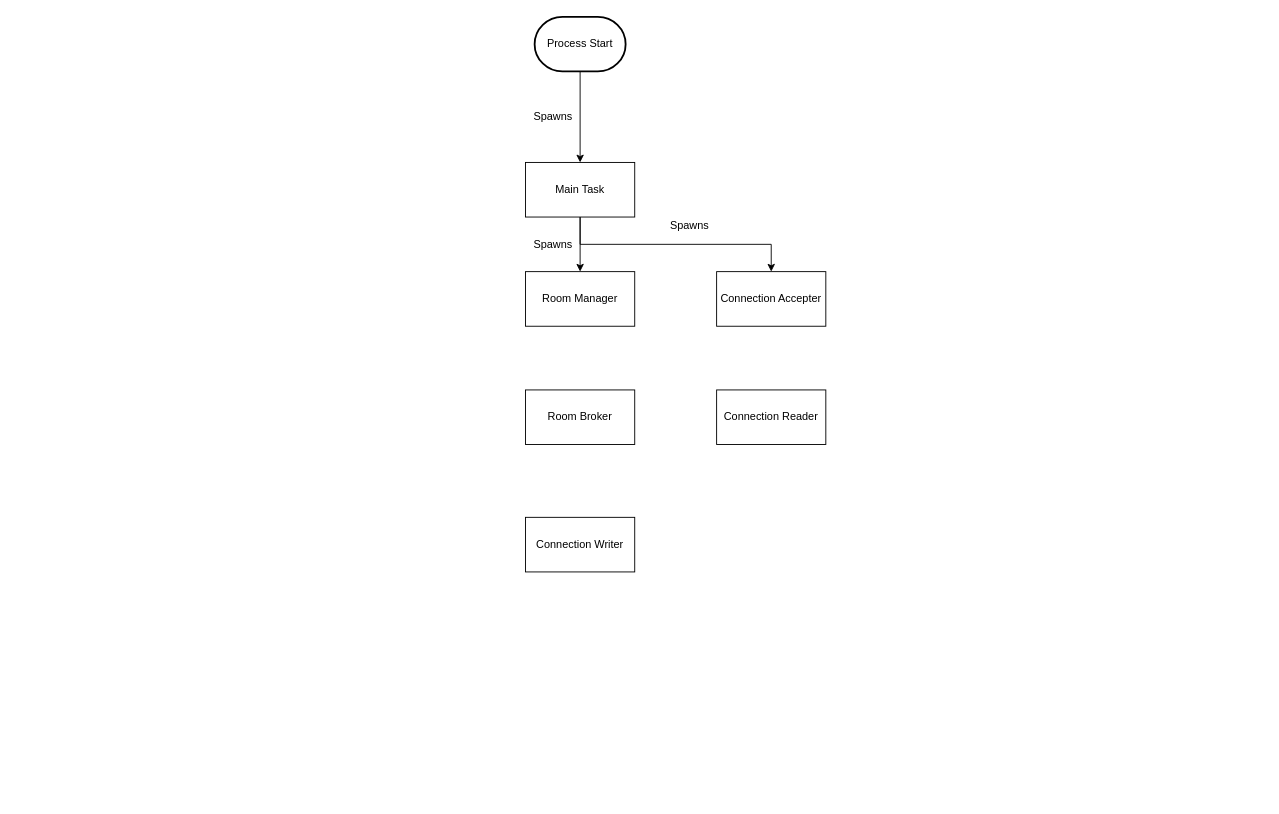
The draw.io diagram backend/aspirational_task_diagram.drawio in orndorffgrant/squaresplosion, before the edit. Source tidied: cells renumbered, new cells numbered last; positions are measured from the earlier drawing's top-left corner, leaving out a move shared by most shapes. Both pictures are drawn from the tidied source at 91%, with x=0, y=0 at pixel (525, 16).
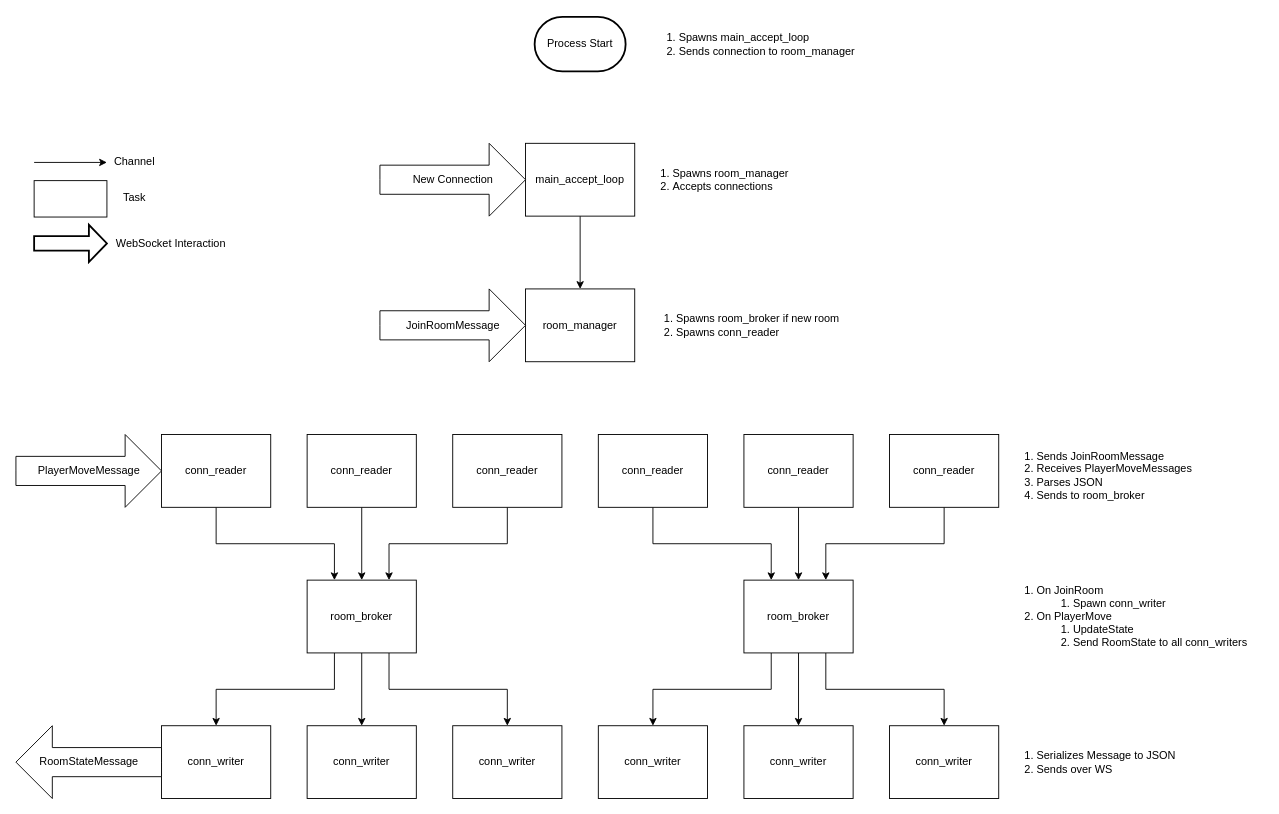
Above is the later version.

Commit message (it also covers changes not shown here):
update aspirational task diagram

What changed in the source:
```diff
@@
-    <mxCell id="2" style="edgeStyle=orthogonalEdgeStyle;rounded=0;jettySize=auto;html=1;exitX=0.5;exitY=1;exitDx=0;exitDy=0;entryX=0.5;entryY=0;entryDx=0;entryDy=0;" parent="1" edge="1" source="4" target="8">
-      <mxGeometry relative="1" as="geometry" />
-    </mxCell>
-    <mxCell id="3" style="edgeStyle=orthogonalEdgeStyle;rounded=0;jettySize=auto;html=1;exitX=0.5;exitY=1;exitDx=0;exitDy=0;entryX=0.5;entryY=0;entryDx=0;entryDy=0;" parent="1" edge="1" source="4" target="10">
-      <mxGeometry relative="1" as="geometry" />
-    </mxCell>
-    <mxCell id="4" value="Main Task" style="rounded=0;whiteSpace=wrap;html=1;" parent="1" vertex="1">
-      <mxGeometry y="160" width="120" height="60" as="geometry" />
-    </mxCell>
-    <mxCell id="5" style="edgeStyle=orthogonalEdgeStyle;rounded=0;jettySize=auto;html=1;exitX=0.5;exitY=1;exitDx=0;exitDy=0;exitPerimeter=0;entryX=0.5;entryY=0;entryDx=0;entryDy=0;" parent="1" edge="1" source="6" target="4">
-      <mxGeometry relative="1" as="geometry" />
-    </mxCell>
+    <mxCell id="15" style="edgeStyle=orthogonalEdgeStyle;rounded=0;jettySize=auto;html=1;exitX=0.5;exitY=1;exitDx=0;exitDy=0;entryX=0.25;entryY=0;entryDx=0;entryDy=0;" parent="1" edge="1" source="16" target="24">
+      <mxGeometry relative="1" as="geometry" />
+    </mxCell>
+    <mxCell id="16" value="conn_reader" style="rounded=0;whiteSpace=wrap;html=1;" parent="1" vertex="1">
+      <mxGeometry x="-400" y="459" width="120" height="80" as="geometry" />
+    </mxCell>
+    <mxCell id="17" style="edgeStyle=orthogonalEdgeStyle;rounded=0;jettySize=auto;html=1;exitX=0.5;exitY=1;exitDx=0;exitDy=0;entryX=0.5;entryY=0;entryDx=0;entryDy=0;" parent="1" edge="1" source="18" target="24">
+      <mxGeometry relative="1" as="geometry" />
+    </mxCell>
+    <mxCell id="18" value="conn_reader" style="rounded=0;whiteSpace=wrap;html=1;" parent="1" vertex="1">
+      <mxGeometry x="-240" y="459" width="120" height="80" as="geometry" />
+    </mxCell>
+    <mxCell id="19" style="edgeStyle=orthogonalEdgeStyle;rounded=0;jettySize=auto;html=1;exitX=0.5;exitY=1;exitDx=0;exitDy=0;entryX=0.75;entryY=0;entryDx=0;entryDy=0;" parent="1" edge="1" source="20" target="24">
+      <mxGeometry relative="1" as="geometry" />
+    </mxCell>
+    <mxCell id="20" value="conn_reader" style="rounded=0;whiteSpace=wrap;html=1;" parent="1" vertex="1">
+      <mxGeometry x="-80" y="459" width="120" height="80" as="geometry" />
+    </mxCell>
+    <mxCell id="21" style="edgeStyle=orthogonalEdgeStyle;rounded=0;jettySize=auto;html=1;exitX=0.25;exitY=1;exitDx=0;exitDy=0;entryX=0.5;entryY=0;entryDx=0;entryDy=0;" parent="1" edge="1" source="24" target="25">
+      <mxGeometry relative="1" as="geometry" />
+    </mxCell>
+    <mxCell id="22" style="edgeStyle=orthogonalEdgeStyle;rounded=0;jettySize=auto;html=1;exitX=0.5;exitY=1;exitDx=0;exitDy=0;entryX=0.5;entryY=0;entryDx=0;entryDy=0;" parent="1" edge="1" source="24" target="26">
+      <mxGeometry relative="1" as="geometry" />
+    </mxCell>
+    <mxCell id="23" style="edgeStyle=orthogonalEdgeStyle;rounded=0;jettySize=auto;html=1;exitX=0.75;exitY=1;exitDx=0;exitDy=0;entryX=0.5;entryY=0;entryDx=0;entryDy=0;" parent="1" edge="1" source="24" target="27">
+      <mxGeometry relative="1" as="geometry" />
+    </mxCell>
+    <mxCell id="24" value="room_broker" style="rounded=0;whiteSpace=wrap;html=1;" parent="1" vertex="1">
+      <mxGeometry x="-240" y="619" width="120" height="80" as="geometry" />
+    </mxCell>
+    <mxCell id="25" value="conn_writer" style="rounded=0;whiteSpace=wrap;html=1;" parent="1" vertex="1">
+      <mxGeometry x="-400" y="779" width="120" height="80" as="geometry" />
+    </mxCell>
+    <mxCell id="26" value="conn_writer" style="rounded=0;whiteSpace=wrap;html=1;" parent="1" vertex="1">
+      <mxGeometry x="-240" y="779" width="120" height="80" as="geometry" />
+    </mxCell>
+    <mxCell id="27" value="conn_writer" style="rounded=0;whiteSpace=wrap;html=1;" parent="1" vertex="1">
+      <mxGeometry x="-80" y="779" width="120" height="80" as="geometry" />
+    </mxCell>
+    <mxCell id="28" style="edgeStyle=orthogonalEdgeStyle;rounded=0;jettySize=auto;html=1;exitX=0.5;exitY=1;exitDx=0;exitDy=0;entryX=0.25;entryY=0;entryDx=0;entryDy=0;" parent="1" edge="1" source="29" target="37">
+      <mxGeometry relative="1" as="geometry" />
+    </mxCell>
+    <mxCell id="29" value="conn_reader" style="rounded=0;whiteSpace=wrap;html=1;" parent="1" vertex="1">
+      <mxGeometry x="80" y="459" width="120" height="80" as="geometry" />
+    </mxCell>
+    <mxCell id="30" style="edgeStyle=orthogonalEdgeStyle;rounded=0;jettySize=auto;html=1;exitX=0.5;exitY=1;exitDx=0;exitDy=0;entryX=0.5;entryY=0;entryDx=0;entryDy=0;" parent="1" edge="1" source="31" target="37">
+      <mxGeometry relative="1" as="geometry" />
+    </mxCell>
+    <mxCell id="31" value="conn_reader" style="rounded=0;whiteSpace=wrap;html=1;" parent="1" vertex="1">
+      <mxGeometry x="240" y="459" width="120" height="80" as="geometry" />
+    </mxCell>
+    <mxCell id="32" style="edgeStyle=orthogonalEdgeStyle;rounded=0;jettySize=auto;html=1;exitX=0.5;exitY=1;exitDx=0;exitDy=0;entryX=0.75;entryY=0;entryDx=0;entryDy=0;" parent="1" edge="1" source="33" target="37">
+      <mxGeometry relative="1" as="geometry" />
+    </mxCell>
+    <mxCell id="33" value="conn_reader" style="rounded=0;whiteSpace=wrap;html=1;" parent="1" vertex="1">
+      <mxGeometry x="400" y="459" width="120" height="80" as="geometry" />
+    </mxCell>
+    <mxCell id="34" style="edgeStyle=orthogonalEdgeStyle;rounded=0;jettySize=auto;html=1;exitX=0.25;exitY=1;exitDx=0;exitDy=0;entryX=0.5;entryY=0;entryDx=0;entryDy=0;" parent="1" edge="1" source="37" target="38">
+      <mxGeometry relative="1" as="geometry" />
+    </mxCell>
+    <mxCell id="35" style="edgeStyle=orthogonalEdgeStyle;rounded=0;jettySize=auto;html=1;exitX=0.5;exitY=1;exitDx=0;exitDy=0;entryX=0.5;entryY=0;entryDx=0;entryDy=0;" parent="1" edge="1" source="37" target="39">
+      <mxGeometry relative="1" as="geometry" />
+    </mxCell>
+    <mxCell id="36" style="edgeStyle=orthogonalEdgeStyle;rounded=0;jettySize=auto;html=1;exitX=0.75;exitY=1;exitDx=0;exitDy=0;entryX=0.5;entryY=0;entryDx=0;entryDy=0;" parent="1" edge="1" source="37" target="40">
+      <mxGeometry relative="1" as="geometry" />
+    </mxCell>
+    <mxCell id="37" value="room_broker" style="rounded=0;whiteSpace=wrap;html=1;" parent="1" vertex="1">
+      <mxGeometry x="240" y="619" width="120" height="80" as="geometry" />
+    </mxCell>
+    <mxCell id="38" value="conn_writer" style="rounded=0;whiteSpace=wrap;html=1;" parent="1" vertex="1">
+      <mxGeometry x="80" y="779" width="120" height="80" as="geometry" />
+    </mxCell>
+    <mxCell id="39" value="conn_writer" style="rounded=0;whiteSpace=wrap;html=1;" parent="1" vertex="1">
+      <mxGeometry x="240" y="779" width="120" height="80" as="geometry" />
+    </mxCell>
+    <mxCell id="40" value="conn_writer" style="rounded=0;whiteSpace=wrap;html=1;" parent="1" vertex="1">
+      <mxGeometry x="400" y="779" width="120" height="80" as="geometry" />
+    </mxCell>
+    <mxCell id="41" style="edgeStyle=orthogonalEdgeStyle;rounded=0;jettySize=auto;html=1;exitX=0.5;exitY=1;exitDx=0;exitDy=0;entryX=0.5;entryY=0;entryDx=0;entryDy=0;" parent="1" edge="1" source="42" target="43">
+      <mxGeometry relative="1" as="geometry" />
+    </mxCell>
+    <mxCell id="42" value="main_accept_loop" style="rounded=0;whiteSpace=wrap;html=1;" parent="1" vertex="1">
+      <mxGeometry y="139" width="120" height="80" as="geometry" />
+    </mxCell>
+    <mxCell id="43" value="room_manager" style="rounded=0;whiteSpace=wrap;html=1;" parent="1" vertex="1">
+      <mxGeometry y="299" width="120" height="80" as="geometry" />
+    </mxCell>
+    <mxCell id="44" value="JoinRoomMessage" style="html=1;shadow=0;dashed=0;align=center;verticalAlign=middle;shape=mxgraph.arrows2.arrow;dy=0.6;dx=40;notch=0;" parent="1" vertex="1">
+      <mxGeometry x="-160" y="299" width="160" height="80" as="geometry" />
+    </mxCell>
+    <mxCell id="45" value="RoomStateMessage" style="html=1;shadow=0;dashed=0;align=center;verticalAlign=middle;shape=mxgraph.arrows2.arrow;dy=0.6;dx=40;flipH=1;notch=0;" parent="1" vertex="1">
+      <mxGeometry x="-560" y="779" width="160" height="80" as="geometry" />
+    </mxCell>
+    <mxCell id="46" value="PlayerMoveMessage" style="html=1;shadow=0;dashed=0;align=center;verticalAlign=middle;shape=mxgraph.arrows2.arrow;dy=0.6;dx=40;notch=0;" parent="1" vertex="1">
+      <mxGeometry x="-560" y="459" width="160" height="80" as="geometry" />
+    </mxCell>
+    <mxCell id="47" value="New Connection" style="html=1;shadow=0;dashed=0;align=center;verticalAlign=middle;shape=mxgraph.arrows2.arrow;dy=0.6;dx=40;notch=0;" parent="1" vertex="1">
+      <mxGeometry x="-160" y="139" width="160" height="80" as="geometry" />
+    </mxCell>
+    <mxCell id="48" style="edgeStyle=orthogonalEdgeStyle;rounded=0;orthogonalLoop=1;jettySize=auto;html=1;exitX=0;exitY=0.5;exitDx=0;exitDy=0;" parent="1" edge="1">
+      <mxGeometry relative="1" as="geometry">
+        <mxPoint x="60" y="452" as="sourcePoint" />
+        <mxPoint x="60" y="452" as="targetPoint" />
+      </mxGeometry>
+    </mxCell>
+    <mxCell id="49" value="&lt;ol&gt;&lt;li&gt;Spawns room_broker if new room&lt;/li&gt;&lt;li style=&quot;text-align: left&quot;&gt;Spawns conn_reader&lt;/li&gt;&lt;/ol&gt;" style="text;html=1;align=center;verticalAlign=middle;" parent="1" vertex="1">
+      <mxGeometry x="120" y="309" width="230" height="60" as="geometry" />
+    </mxCell>
+    <mxCell id="50" value="&lt;ol&gt;&lt;li style=&quot;&quot;&gt;&lt;span&gt;Spawns room_manager&lt;/span&gt;&lt;/li&gt;&lt;li style=&quot;&quot;&gt;&lt;span&gt;Accepts connections&lt;/span&gt;&lt;/li&gt;&lt;/ol&gt;" style="text;html=1;align=left;verticalAlign=middle;" parent="1" vertex="1">
+      <mxGeometry x="120" y="149" width="180" height="60" as="geometry" />
+    </mxCell>
-    <mxCell id="6" value="Process Start" style="strokeWidth=2;html=1;shape=mxgraph.flowchart.terminator;whiteSpace=wrap;" parent="1" vertex="1">
+    <mxCell id="6" value="Process Start" style="strokeWidth=2;html=1;shape=mxgraph.flowchart.terminator;whiteSpace=wrap;fillColor=none;gradientColor=#000000;" parent="1" vertex="1">
       <mxGeometry x="10" width="100" height="60" as="geometry" />
     </mxCell>
-    <mxCell id="7" value="Spawns" style="text;html=1;align=center;verticalAlign=middle;" parent="1" vertex="1">
-      <mxGeometry y="100" width="60" height="20" as="geometry" />
-    </mxCell>
-    <mxCell id="8" value="Room Manager" style="rounded=0;whiteSpace=wrap;html=1;" parent="1" vertex="1">
-      <mxGeometry y="280" width="120" height="60" as="geometry" />
-    </mxCell>
-    <mxCell id="9" value="Spawns" style="text;html=1;align=center;verticalAlign=middle;" parent="1" vertex="1">
-      <mxGeometry y="240" width="60" height="20" as="geometry" />
-    </mxCell>
-    <mxCell id="10" value="Connection Accepter" style="rounded=0;whiteSpace=wrap;html=1;" parent="1" vertex="1">
-      <mxGeometry x="210" y="280" width="120" height="60" as="geometry" />
-    </mxCell>
-    <mxCell id="11" value="Spawns" style="text;html=1;align=center;verticalAlign=middle;" parent="1" vertex="1">
-      <mxGeometry x="150" y="220" width="60" height="20" as="geometry" />
-    </mxCell>
-    <mxCell id="12" value="Connection Reader" style="rounded=0;whiteSpace=wrap;html=1;" parent="1" vertex="1">
-      <mxGeometry x="210" y="410" width="120" height="60" as="geometry" />
-    </mxCell>
-    <mxCell id="13" value="Connection Writer" style="rounded=0;whiteSpace=wrap;html=1;" parent="1" vertex="1">
-      <mxGeometry y="550" width="120" height="60" as="geometry" />
-    </mxCell>
-    <mxCell id="14" value="Room Broker" style="rounded=0;whiteSpace=wrap;html=1;" parent="1" vertex="1">
-      <mxGeometry y="410" width="120" height="60" as="geometry" />
-    </mxCell>
+    <mxCell id="51" value="&lt;ol&gt;&lt;li style=&quot;text-align: left&quot;&gt;Spawns main_accept_loop&lt;/li&gt;&lt;li style=&quot;text-align: left&quot;&gt;&lt;span&gt;Sends connection to room_manager&lt;/span&gt;&lt;br&gt;&lt;/li&gt;&lt;/ol&gt;" style="text;html=1;align=center;verticalAlign=middle;" parent="1" vertex="1">
+      <mxGeometry x="120" width="250" height="60" as="geometry" />
+    </mxCell>
+    <mxCell id="52" style="endArrow=classic;html=1;" parent="1" edge="1">
+      <mxGeometry relative="1" as="geometry">
+        <mxPoint x="-540" y="160" as="sourcePoint" />
+        <mxPoint x="-460" y="160" as="targetPoint" />
+      </mxGeometry>
+    </mxCell>
+    <mxCell id="53" value="Channel" style="text;html=1;align=center;verticalAlign=middle;" parent="1" vertex="1">
+      <mxGeometry x="-460" y="149" width="60" height="20" as="geometry" />
+    </mxCell>
+    <mxCell id="54" style="rounded=0;whiteSpace=wrap;html=1;fillColor=none;gradientColor=#000000;" parent="1" vertex="1">
+      <mxGeometry x="-540" y="180" width="80" height="40" as="geometry" />
+    </mxCell>
+    <mxCell id="55" value="Task" style="text;html=1;align=center;verticalAlign=middle;" parent="1" vertex="1">
+      <mxGeometry x="-450" y="189" width="40" height="20" as="geometry" />
+    </mxCell>
+    <mxCell id="56" style="verticalLabelPosition=bottom;verticalAlign=top;html=1;strokeWidth=2;shape=mxgraph.arrows2.arrow;dy=0.61;dx=19.81;notch=0;fillColor=none;gradientColor=#000000;align=left;" parent="1" vertex="1">
+      <mxGeometry x="-540" y="228.5" width="80" height="41" as="geometry" />
+    </mxCell>
+    <mxCell id="57" value="WebSocket Interaction" style="text;html=1;align=center;verticalAlign=middle;" parent="1" vertex="1">
+      <mxGeometry x="-460" y="239" width="140" height="20" as="geometry" />
+    </mxCell>
+    <mxCell id="58" value="&lt;ol&gt;&lt;li&gt;Sends JoinRoomMessage&lt;/li&gt;&lt;li&gt;Receives PlayerMoveMessages&lt;/li&gt;&lt;li&gt;Parses JSON&lt;/li&gt;&lt;li&gt;Sends to room_broker&lt;/li&gt;&lt;/ol&gt;" style="text;html=1;align=left;verticalAlign=middle;" parent="1" vertex="1">
+      <mxGeometry x="520" y="459" width="230" height="90" as="geometry" />
+    </mxCell>
+    <mxCell id="59" value="&lt;ol&gt;&lt;li&gt;On JoinRoom&lt;/li&gt;&lt;ol&gt;&lt;li&gt;Spawn conn_writer&lt;/li&gt;&lt;/ol&gt;&lt;li&gt;On PlayerMove&lt;/li&gt;&lt;ol&gt;&lt;li&gt;UpdateState&lt;/li&gt;&lt;li&gt;Send RoomState to all conn_writers&lt;/li&gt;&lt;/ol&gt;&lt;/ol&gt;" style="text;html=1;align=left;verticalAlign=middle;" parent="1" vertex="1">
+      <mxGeometry x="520" y="609" width="290" height="100" as="geometry" />
+    </mxCell>
+    <mxCell id="60" value="&lt;ol&gt;&lt;li&gt;Serializes Message to JSON&lt;/li&gt;&lt;li&gt;Sends over WS&lt;/li&gt;&lt;/ol&gt;" style="text;html=1;align=left;verticalAlign=middle;" parent="1" vertex="1">
+      <mxGeometry x="520" y="789" width="210" height="60" as="geometry" />
+    </mxCell>
```
